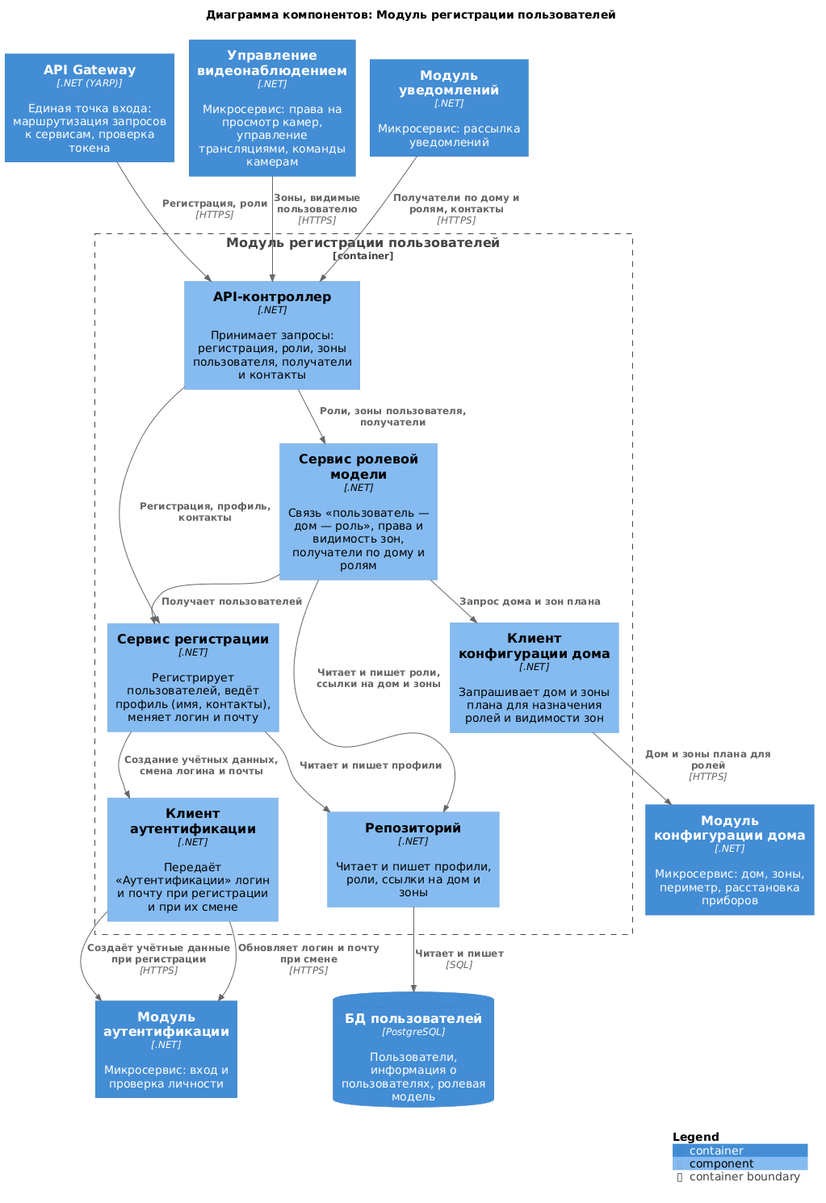
Earlier version of the PlantUML export diagrams/components/users.png (Lyamin-av/architecture-warmhouse).
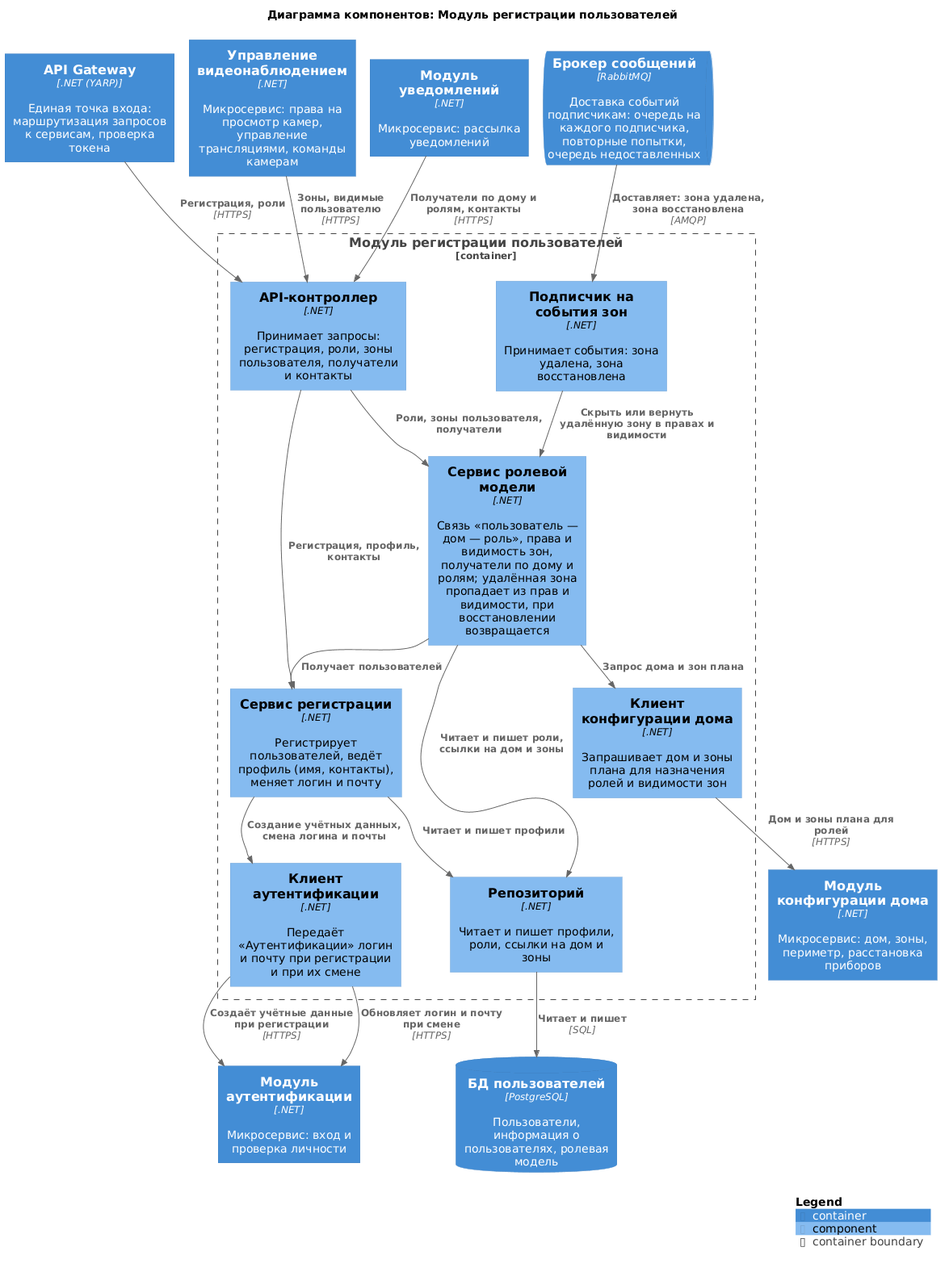
After the change.

Commit message:
C4: компоненты видеонаблюдения; подписка на события зон в компонентах пользователей

What changed in the source:
```diff
@@ -8,24 +8,28 @@
 Container(Notification, "Модуль уведомлений", ".NET", "Микросервис: рассылка уведомлений")
 Container(Authentication, "Модуль аутентификации", ".NET", "Микросервис: вход и проверка личности")
 Container(HouseConfigurator, "Модуль конфигурации дома", ".NET", "Микросервис: дом, зоны, периметр, расстановка приборов")
+ContainerQueue(Broker, "Брокер сообщений", "RabbitMQ", "Доставка событий подписчикам: очередь на каждого подписчика, повторные попытки, очередь недоставленных")
 ContainerDb(dbUsers, "БД пользователей", "PostgreSQL", "Пользователи, информация о пользователях, ролевая модель")
 
 Container_Boundary(Users, "Модуль регистрации пользователей") {
     Component(api, "API-контроллер", ".NET", "Принимает запросы: регистрация, роли, зоны пользователя, получатели и контакты")
     Component(registration, "Сервис регистрации", ".NET", "Регистрирует пользователей, ведёт профиль (имя, контакты), меняет логин и почту")
-    Component(roles, "Сервис ролевой модели", ".NET", "Связь «пользователь — дом — роль», права и видимость зон, получатели по дому и ролям")
+    Component(roles, "Сервис ролевой модели", ".NET", "Связь «пользователь — дом — роль», права и видимость зон, получатели по дому и ролям; удалённая зона пропадает из прав и видимости, при восстановлении возвращается")
     Component(authClient, "Клиент аутентификации", ".NET", "Передаёт «Аутентификации» логин и почту при регистрации и при их смене")
     Component(houseClient, "Клиент конфигурации дома", ".NET", "Запрашивает дом и зоны плана для назначения ролей и видимости зон")
+    Component(subscriber, "Подписчик на события зон", ".NET", "Принимает события: зона удалена, зона восстановлена")
     Component(repo, "Репозиторий", ".NET", "Читает и пишет профили, роли, ссылки на дом и зоны")
 }
 
 Rel(Gateway, api, "Регистрация, роли", "HTTPS")
 Rel(VideoControl, api, "Зоны, видимые пользователю", "HTTPS")
 Rel(Notification, api, "Получатели по дому и ролям, контакты", "HTTPS")
+Rel(Broker, subscriber, "Доставляет: зона удалена, зона восстановлена", "AMQP")
 
 Rel(api, registration, "Регистрация, профиль, контакты")
 Rel(api, roles, "Роли, зоны пользователя, получатели")
 Rel(roles, registration, "Получает пользователей")
+Rel(subscriber, roles, "Скрыть или вернуть удалённую зону в правах и видимости")
 Rel(registration, authClient, "Создание учётных данных, смена логина и почты")
 Rel(registration, repo, "Читает и пишет профили")
 Rel(roles, repo, "Читает и пишет роли, ссылки на дом и зоны")
```
